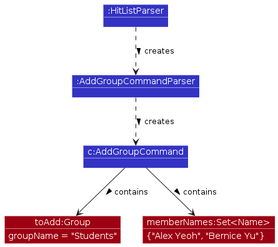
Earlier version of the PlantUML export diagrams/add-group/GroupAddParsing.png (AY2526S2-CS2103T-W11-2/tp). Its source is kept beside it as diagrams/add-group/GroupAddParsing.puml. The source it was exported from:
```plantuml
@startuml group-add-parsing
!include ../style.puml
skinparam ArrowFontStyle plain

skinparam shadowing false
skinparam ObjectFontColor #FFFFFF
skinparam ObjectAttributeFontColor #FFFFFF
skinparam ObjectBorderColor #FFFFFF

show objects
show members

object ":HitListParser" as HitListParser LOGIC_COLOR
object ":AddGroupCommandParser" as AddGroupCommandParser LOGIC_COLOR
object "c:AddGroupCommand" as AddGroupCommand LOGIC_COLOR
object "toAdd:Group" as Group MODEL_COLOR
object "memberNames:Set<Name>" as MemberNames MODEL_COLOR

HitListParser ..> AddGroupCommandParser : creates >
AddGroupCommandParser ..> AddGroupCommand : creates >
AddGroupCommand --> Group : contains >
AddGroupCommand --> MemberNames : contains >

Group : groupName = "Students"
MemberNames : {"Alex Yeoh", "Bernice Yu"}
@enduml
```
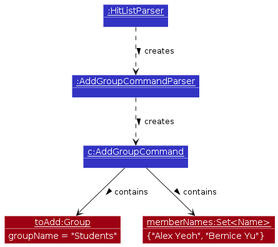
Later version of the same file.

Diff of the diagram source:
```diff
@@ -10,11 +10,11 @@
 show objects
 show members
 
-object ":HitListParser" as HitListParser LOGIC_COLOR
-object ":AddGroupCommandParser" as AddGroupCommandParser LOGIC_COLOR
-object "c:AddGroupCommand" as AddGroupCommand LOGIC_COLOR
-object "toAdd:Group" as Group MODEL_COLOR
-object "memberNames:Set<Name>" as MemberNames MODEL_COLOR
+object "<u>:HitListParser</u>" as HitListParser LOGIC_COLOR
+object "<u>:AddGroupCommandParser</u>" as AddGroupCommandParser LOGIC_COLOR
+object "<u>c:AddGroupCommand</u>" as AddGroupCommand LOGIC_COLOR
+object "<u>toAdd:Group</u>" as Group MODEL_COLOR
+object "<u>memberNames:Set<Name></u>" as MemberNames MODEL_COLOR
 
 HitListParser ..> AddGroupCommandParser : creates >
 AddGroupCommandParser ..> AddGroupCommand : creates >
```
